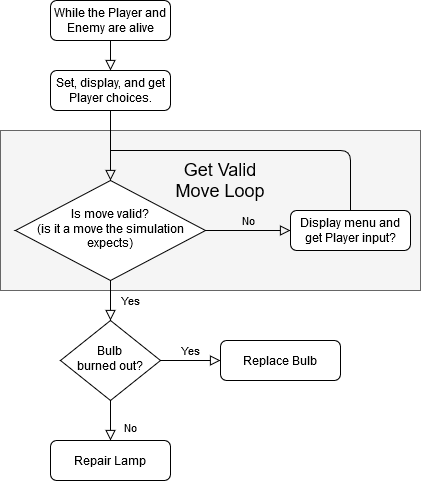
Above: KK_CombatLoop.png in JulesDaKing/KnumberKnights (draw.io), before the change. Source tidied: cells renumbered, new cells last; positions are measured from the earlier drawing's top-left corner, leaving out a move shared by most shapes.
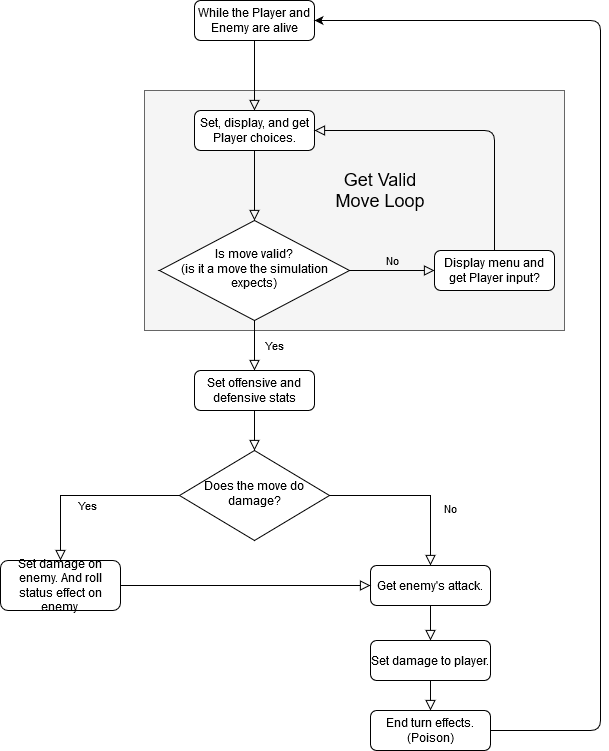
The same diagram one commit later.

What changed in the source:
```diff
@@ -3,25 +3,25 @@
     <mxCell id="0" />
     <mxCell id="1" parent="0" />
     <mxCell id="2" style="rounded=0;whiteSpace=wrap;html=1;fillColor=#f5f5f5;strokeColor=#666666;fontColor=#333333;" parent="1" vertex="1">
-      <mxGeometry y="130" width="420" height="160" as="geometry" />
+      <mxGeometry x="54" y="210" width="420" height="240" as="geometry" />
     </mxCell>
     <mxCell id="3" style="rounded=0;html=1;jettySize=auto;fontSize=11;endArrow=block;endFill=0;endSize=8;strokeWidth=1;shadow=0;labelBackgroundColor=none;edgeStyle=orthogonalEdgeStyle;entryX=0.5;entryY=0;entryDx=0;entryDy=0;" parent="1" edge="1" source="4" target="15">
       <mxGeometry relative="1" as="geometry" />
     </mxCell>
     <mxCell id="4" value="While the Player and Enemy are alive" style="rounded=1;whiteSpace=wrap;html=1;fontSize=12;glass=0;strokeWidth=1;shadow=0;" parent="1" vertex="1">
-      <mxGeometry x="50" width="120" height="40" as="geometry" />
+      <mxGeometry x="104" y="120" width="120" height="40" as="geometry" />
     </mxCell>
-    <mxCell id="5" value="Yes" style="rounded=0;html=1;jettySize=auto;fontSize=11;endArrow=block;endFill=0;endSize=8;strokeWidth=1;shadow=0;labelBackgroundColor=none;edgeStyle=orthogonalEdgeStyle;" parent="1" edge="1" source="7" target="11">
+    <mxCell id="5" value="Yes" style="rounded=0;html=1;jettySize=auto;fontSize=11;endArrow=block;endFill=0;endSize=8;strokeWidth=1;shadow=0;labelBackgroundColor=none;edgeStyle=orthogonalEdgeStyle;entryX=0.5;entryY=0;entryDx=0;entryDy=0;" parent="1" edge="1" source="7" target="20">
       <mxGeometry y="20" relative="1" as="geometry" />
     </mxCell>
     <mxCell id="6" value="No" style="edgeStyle=orthogonalEdgeStyle;rounded=0;html=1;jettySize=auto;fontSize=11;endArrow=block;endFill=0;endSize=8;strokeWidth=1;shadow=0;labelBackgroundColor=none;" parent="1" edge="1" source="7" target="8">
       <mxGeometry y="10" relative="1" as="geometry" />
     </mxCell>
     <mxCell id="7" value="&lt;div&gt;Is move valid?&lt;/div&gt;&lt;div&gt;(is it a move the simulation expects)&lt;br&gt;&lt;/div&gt;" style="rhombus;whiteSpace=wrap;html=1;shadow=0;fontFamily=Helvetica;fontSize=12;align=center;strokeWidth=1;spacing=6;spacingTop=-4;" parent="1" vertex="1">
-      <mxGeometry x="15" y="180" width="190" height="100" as="geometry" />
+      <mxGeometry x="69" y="340" width="190" height="100" as="geometry" />
     </mxCell>
     <mxCell id="8" value="Display menu and get Player input?" style="rounded=1;whiteSpace=wrap;html=1;fontSize=12;glass=0;strokeWidth=1;shadow=0;" parent="1" vertex="1">
-      <mxGeometry x="290" y="210" width="120" height="40" as="geometry" />
+      <mxGeometry x="344" y="370" width="120" height="40" as="geometry" />
     </mxCell>
     <mxCell id="9" value="No" style="rounded=0;html=1;jettySize=auto;fontSize=11;endArrow=block;endFill=0;endSize=8;strokeWidth=1;shadow=0;labelBackgroundColor=none;edgeStyle=orthogonalEdgeStyle;" parent="1" edge="1" source="11" target="12">
       <mxGeometry x="0.33" y="20" relative="1" as="geometry" />
@@ -29,31 +29,59 @@
     <mxCell id="10" value="Yes" style="edgeStyle=orthogonalEdgeStyle;rounded=0;html=1;jettySize=auto;fontSize=11;endArrow=block;endFill=0;endSize=8;strokeWidth=1;shadow=0;labelBackgroundColor=none;" parent="1" edge="1" source="11" target="13">
       <mxGeometry y="10" relative="1" as="geometry" />
     </mxCell>
-    <mxCell id="11" value="Bulb&lt;br&gt;burned out?" style="rhombus;whiteSpace=wrap;html=1;shadow=0;fontFamily=Helvetica;fontSize=12;align=center;strokeWidth=1;spacing=6;spacingTop=-4;" parent="1" vertex="1">
-      <mxGeometry x="60" y="320" width="100" height="80" as="geometry" />
+    <mxCell id="11" value="Does the move do damage?" style="rhombus;whiteSpace=wrap;html=1;shadow=0;fontFamily=Helvetica;fontSize=12;align=center;strokeWidth=1;spacing=6;spacingTop=-4;" parent="1" vertex="1">
+      <mxGeometry x="89" y="570" width="150" height="90" as="geometry" />
     </mxCell>
+    <mxCell id="18" style="edgeStyle=orthogonalEdgeStyle;rounded=0;jettySize=auto;html=1;endArrow=block;endFill=0;endSize=8;" parent="1" edge="1" source="12" target="23">
+      <mxGeometry relative="1" as="geometry" />
+    </mxCell>
-    <mxCell id="12" value="Repair Lamp" style="rounded=1;whiteSpace=wrap;html=1;fontSize=12;glass=0;strokeWidth=1;shadow=0;" parent="1" vertex="1">
-      <mxGeometry x="50" y="440" width="120" height="40" as="geometry" />
+    <mxCell id="12" value="Get enemy's attack." style="rounded=1;whiteSpace=wrap;html=1;fontSize=12;glass=0;strokeWidth=1;shadow=0;" parent="1" vertex="1">
+      <mxGeometry x="280" y="685" width="120" height="40" as="geometry" />
     </mxCell>
-    <mxCell id="13" value="Replace Bulb" style="rounded=1;whiteSpace=wrap;html=1;fontSize=12;glass=0;strokeWidth=1;shadow=0;" parent="1" vertex="1">
-      <mxGeometry x="220" y="340" width="120" height="40" as="geometry" />
+    <mxCell id="13" value="Set damage on enemy. And roll status effect on enemy." style="rounded=1;whiteSpace=wrap;html=1;fontSize=12;glass=0;strokeWidth=1;shadow=0;" parent="1" vertex="1">
+      <mxGeometry x="-90" y="680" width="120" height="50" as="geometry" />
     </mxCell>
     <mxCell id="14" style="edgeStyle=orthogonalEdgeStyle;rounded=0;jettySize=auto;html=1;endArrow=block;endFill=0;endSize=8;" parent="1" edge="1" source="15" target="7">
       <mxGeometry relative="1" as="geometry" />
     </mxCell>
     <mxCell id="15" value="Set, display, and get Player choices." style="rounded=1;whiteSpace=wrap;html=1;" parent="1" vertex="1">
-      <mxGeometry x="50" y="70" width="120" height="40" as="geometry" />
+      <mxGeometry x="104" y="230" width="120" height="40" as="geometry" />
     </mxCell>
-    <mxCell id="16" style="endArrow=none;html=1;exitX=0.5;exitY=0;exitDx=0;exitDy=0;" parent="1" edge="1" source="8">
+    <mxCell id="16" style="endArrow=block;html=1;exitX=0.5;exitY=0;exitDx=0;exitDy=0;entryX=1;entryY=0.5;entryDx=0;entryDy=0;endFill=0;endSize=8;" parent="1" edge="1" source="8" target="15">
       <mxGeometry relative="1" as="geometry">
-        <mxPoint x="110" y="150" as="targetPoint" />
         <Array as="points">
-          <mxPoint x="350" y="150" />
+          <mxPoint x="404" y="250" />
         </Array>
       </mxGeometry>
     </mxCell>
     <mxCell id="17" value="&lt;font style=&quot;font-size: 18px&quot;&gt;Get Valid Move Loop&lt;/font&gt;" style="text;html=1;strokeColor=none;fillColor=none;align=center;verticalAlign=middle;whiteSpace=wrap;rounded=0;" parent="1" vertex="1">
-      <mxGeometry x="170" y="170" width="100" height="20" as="geometry" />
+      <mxGeometry x="240" y="300" width="100" height="20" as="geometry" />
     </mxCell>
+    <mxCell id="19" style="edgeStyle=orthogonalEdgeStyle;rounded=0;jettySize=auto;html=1;endArrow=block;endFill=0;endSize=8;" parent="1" edge="1" source="20" target="11">
+      <mxGeometry relative="1" as="geometry" />
+    </mxCell>
+    <mxCell id="20" value="Set offensive and defensive stats" style="rounded=1;whiteSpace=wrap;html=1;" parent="1" vertex="1">
+      <mxGeometry x="104" y="490" width="120" height="40" as="geometry" />
+    </mxCell>
+    <mxCell id="21" style="endArrow=block;html=1;exitX=1;exitY=0.5;exitDx=0;exitDy=0;entryX=0;entryY=0.5;entryDx=0;entryDy=0;endFill=0;endSize=8;" parent="1" edge="1" source="13" target="12">
+      <mxGeometry relative="1" as="geometry" />
+    </mxCell>
+    <mxCell id="22" style="edgeStyle=orthogonalEdgeStyle;rounded=0;jettySize=auto;html=1;endArrow=block;endFill=0;endSize=8;" parent="1" edge="1" source="23" target="24">
+      <mxGeometry relative="1" as="geometry" />
+    </mxCell>
+    <mxCell id="23" value="Set damage to player." style="whiteSpace=wrap;html=1;rounded=1;shadow=0;strokeWidth=1;glass=0;" parent="1" vertex="1">
+      <mxGeometry x="280" y="760" width="120" height="40" as="geometry" />
+    </mxCell>
+    <mxCell id="24" value="End turn effects. (Poison)" style="whiteSpace=wrap;html=1;rounded=1;shadow=0;strokeWidth=1;glass=0;" parent="1" vertex="1">
+      <mxGeometry x="280" y="830" width="120" height="40" as="geometry" />
+    </mxCell>
+    <mxCell id="25" style="endArrow=classic;html=1;exitX=1;exitY=0.5;exitDx=0;exitDy=0;entryX=1;entryY=0.5;entryDx=0;entryDy=0;" parent="1" edge="1" source="24" target="4">
+      <mxGeometry relative="1" as="geometry">
+        <Array as="points">
+          <mxPoint x="510" y="850" />
+          <mxPoint x="510" y="140" />
+        </Array>
+      </mxGeometry>
+    </mxCell>
   </root>
 </mxGraphModel>
```
